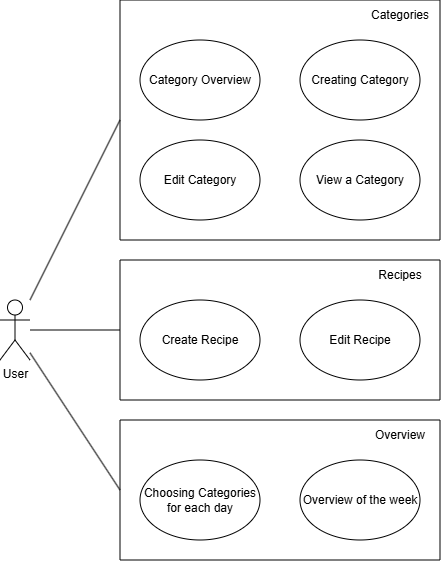
Nom-Nom-Now/docs keeps this draw.io diagram as Mockups/UseCaseDiagram.png. Above is the earlier version. Source tidied: cells renumbered, new cells last; positions are measured from the earlier drawing's top-left corner, leaving out a move shared by most shapes.
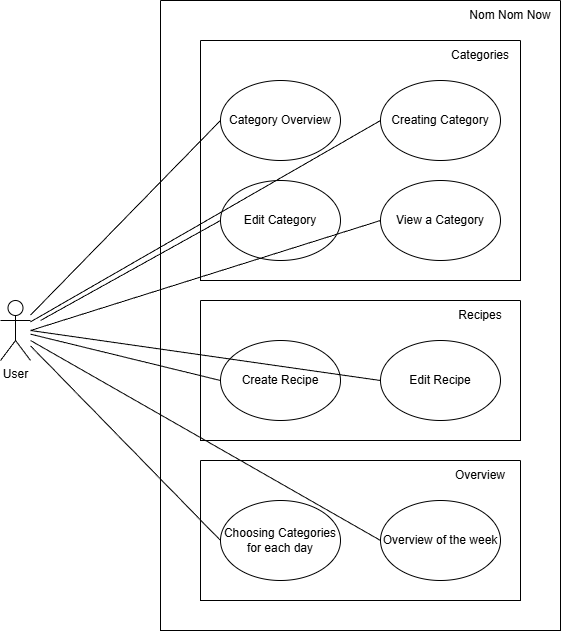
After the commit.

Commit message:
update usecase diagramm

What changed in the source:
```diff
@@ -3,7 +3,7 @@
     <mxCell id="0" />
     <mxCell id="1" parent="0" />
     <mxCell id="2" value="User" style="shape=umlActor;verticalLabelPosition=bottom;verticalAlign=top;html=1;outlineConnect=0;" parent="1" vertex="1">
-      <mxGeometry y="300" width="30" height="60" as="geometry" />
+      <mxGeometry x="-80" y="260" width="30" height="60" as="geometry" />
     </mxCell>
     <mxCell id="3" style="swimlane;startSize=0;" parent="1" vertex="1">
       <mxGeometry x="120" width="320" height="240" as="geometry" />
@@ -23,7 +23,7 @@
     <mxCell id="8" value="Categories" style="text;html=1;whiteSpace=wrap;strokeColor=none;fillColor=none;align=center;verticalAlign=middle;rounded=0;" parent="3" vertex="1">
       <mxGeometry x="250" width="60" height="30" as="geometry" />
     </mxCell>
-    <mxCell id="9" style="endArrow=none;html=1;rounded=0;entryX=0;entryY=0.5;entryDx=0;entryDy=0;" parent="1" edge="1" source="2" target="3">
+    <mxCell id="9" style="endArrow=none;html=1;rounded=0;entryX=0;entryY=0.5;entryDx=0;entryDy=0;" parent="1" edge="1" source="2" target="4">
       <mxGeometry relative="1" as="geometry" />
     </mxCell>
     <mxCell id="10" style="swimlane;startSize=0;" parent="1" vertex="1">
@@ -38,7 +38,7 @@
     <mxCell id="13" value="Recipes" style="text;html=1;whiteSpace=wrap;strokeColor=none;fillColor=none;align=center;verticalAlign=middle;rounded=0;" parent="10" vertex="1">
       <mxGeometry x="250" width="60" height="30" as="geometry" />
     </mxCell>
-    <mxCell id="14" style="endArrow=none;html=1;rounded=0;entryX=0;entryY=0.5;entryDx=0;entryDy=0;" parent="1" edge="1" source="2" target="10">
+    <mxCell id="14" style="endArrow=none;html=1;rounded=0;entryX=0;entryY=0.5;entryDx=0;entryDy=0;" parent="1" edge="1" source="2" target="11">
       <mxGeometry relative="1" as="geometry" />
     </mxCell>
     <mxCell id="15" style="swimlane;startSize=0;" parent="1" vertex="1">
@@ -53,8 +53,37 @@
     <mxCell id="18" value="Overview" style="text;html=1;whiteSpace=wrap;strokeColor=none;fillColor=none;align=center;verticalAlign=middle;rounded=0;" parent="15" vertex="1">
       <mxGeometry x="250" width="60" height="30" as="geometry" />
     </mxCell>
-    <mxCell id="19" style="endArrow=none;html=1;rounded=0;entryX=0;entryY=0.5;entryDx=0;entryDy=0;" parent="1" edge="1" source="2" target="15">
+    <mxCell id="19" style="endArrow=none;html=1;rounded=0;entryX=0;entryY=0.5;entryDx=0;entryDy=0;" parent="1" edge="1" source="2" target="16">
       <mxGeometry relative="1" as="geometry" />
     </mxCell>
+    <mxCell id="20" style="swimlane;startSize=0;" parent="1" vertex="1">
+      <mxGeometry x="80" y="-40" width="400" height="630" as="geometry" />
+    </mxCell>
+    <mxCell id="21" value="Nom Nom Now" style="text;html=1;whiteSpace=wrap;strokeColor=none;fillColor=none;align=center;verticalAlign=middle;rounded=0;" parent="1" vertex="1">
+      <mxGeometry x="380" y="-40" width="100" height="30" as="geometry" />
+    </mxCell>
+    <mxCell id="22" style="endArrow=none;html=1;rounded=0;entryX=0;entryY=0.5;entryDx=0;entryDy=0;" parent="1" edge="1" source="2" target="5">
+      <mxGeometry relative="1" as="geometry" />
+    </mxCell>
+    <mxCell id="23" style="endArrow=none;html=1;rounded=0;entryX=0;entryY=0.5;entryDx=0;entryDy=0;" parent="1" edge="1" target="6">
+      <mxGeometry relative="1" as="geometry">
+        <mxPoint x="-40" y="280" as="sourcePoint" />
+      </mxGeometry>
+    </mxCell>
+    <mxCell id="24" style="endArrow=none;html=1;rounded=0;entryX=0;entryY=0.5;entryDx=0;entryDy=0;" parent="1" edge="1" target="7">
+      <mxGeometry relative="1" as="geometry">
+        <mxPoint x="-50" y="290" as="sourcePoint" />
+      </mxGeometry>
+    </mxCell>
+    <mxCell id="25" style="endArrow=none;html=1;rounded=0;entryX=0;entryY=0.5;entryDx=0;entryDy=0;" parent="1" edge="1" target="12">
+      <mxGeometry relative="1" as="geometry">
+        <mxPoint x="-50" y="290" as="sourcePoint" />
+      </mxGeometry>
+    </mxCell>
+    <mxCell id="26" style="endArrow=none;html=1;rounded=0;entryX=0;entryY=0.5;entryDx=0;entryDy=0;" parent="1" edge="1" target="17">
+      <mxGeometry relative="1" as="geometry">
+        <mxPoint x="-50" y="300" as="sourcePoint" />
+      </mxGeometry>
+    </mxCell>
   </root>
 </mxGraphModel>
```
